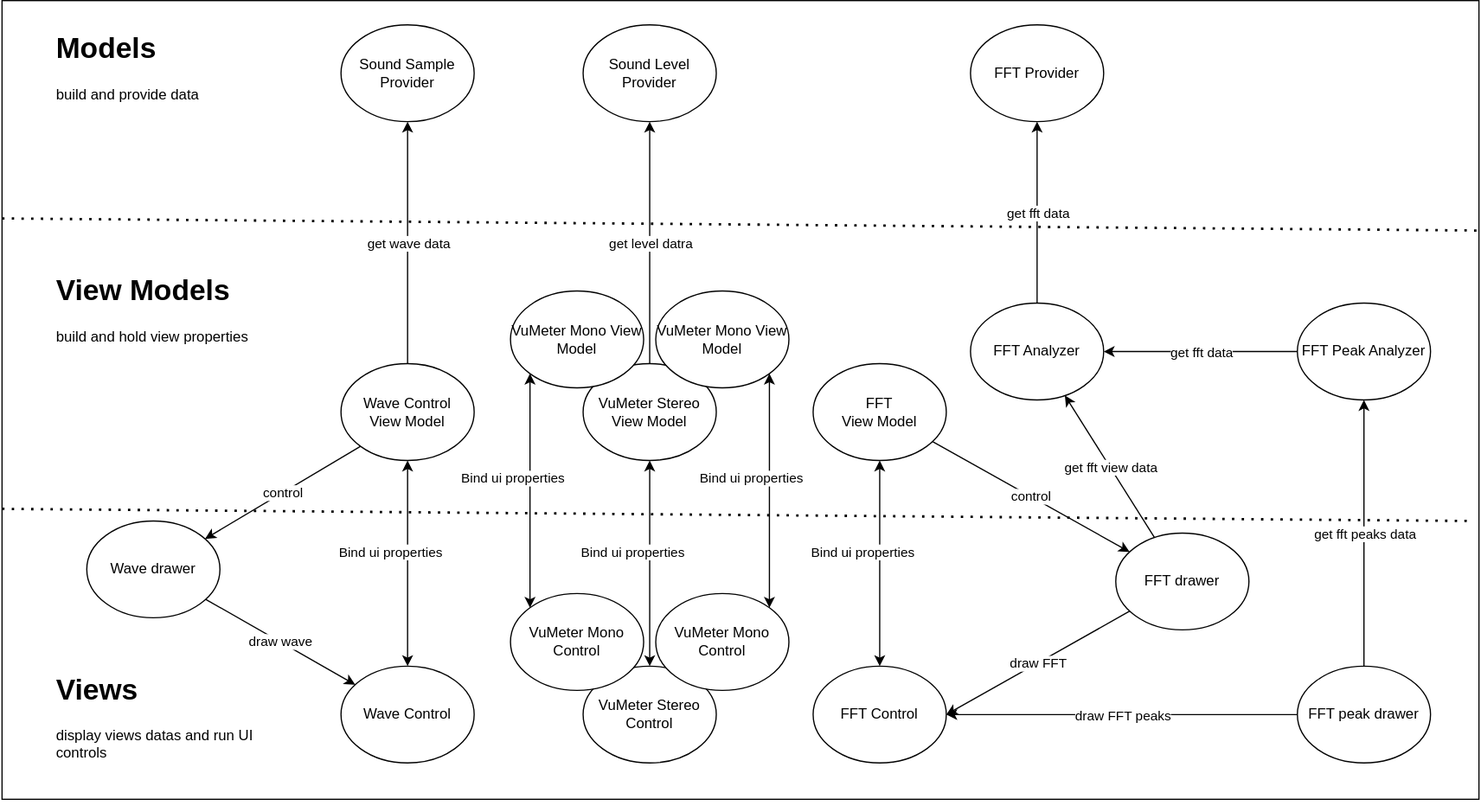
Above: Doc/Untitled Diagram.drawio.svg in franck-gaspoz/WindowsAudioSessionSample (draw.io), before the change. Source tidied: cells renumbered, new cells last; positions are measured from the earlier drawing's top-left corner, leaving out a move shared by most shapes.
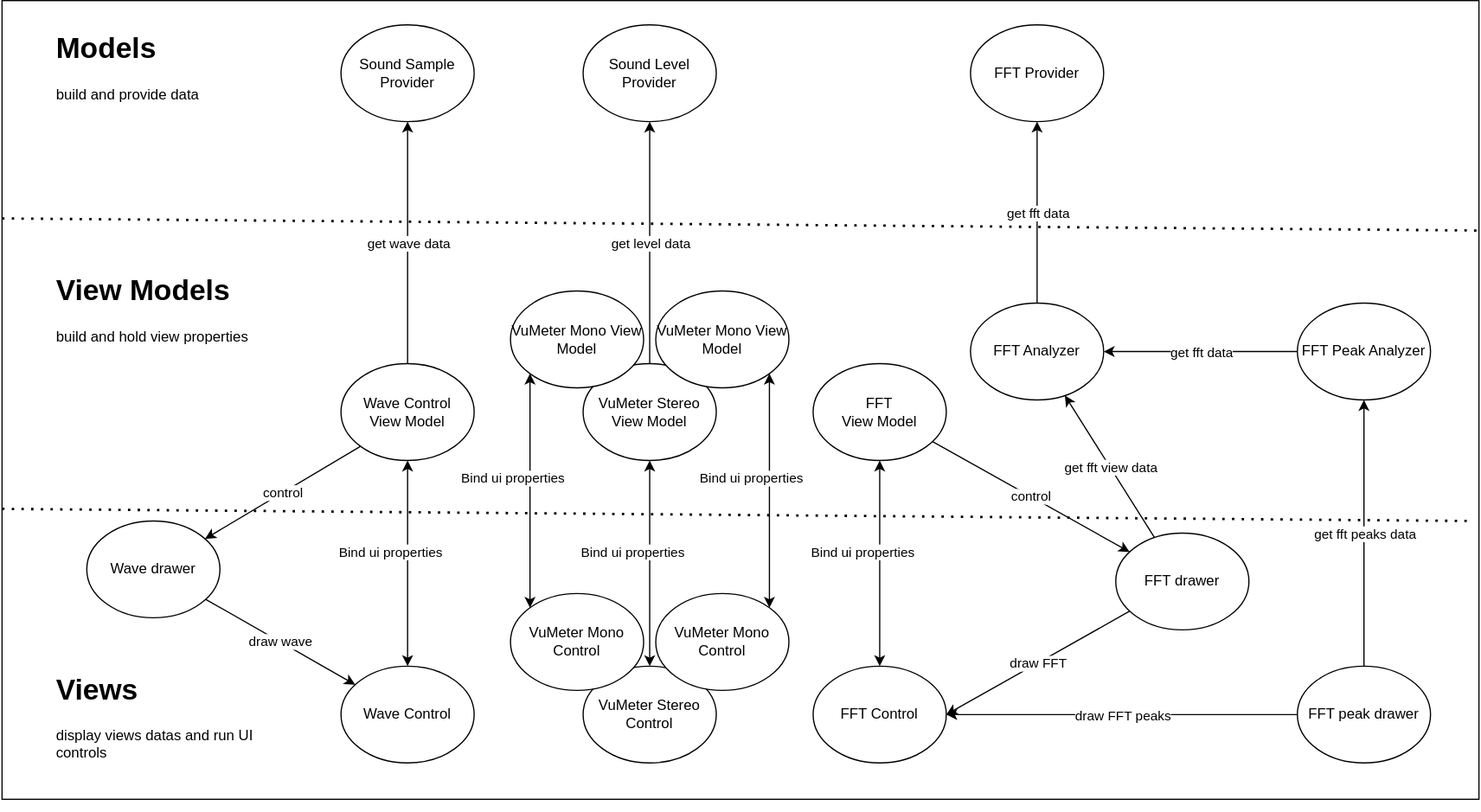
After the change.

Diff of the diagram source:
```diff
@@ -122,7 +122,7 @@
         <mxPoint x="535" y="100" as="targetPoint" />
       </mxGeometry>
     </mxCell>
-    <mxCell id="40" value="get level datra" style="edgeLabel;html=1;align=center;verticalAlign=middle;" parent="39" vertex="1">
+    <mxCell id="40" value="get level data" style="edgeLabel;html=1;align=center;verticalAlign=middle;" parent="39" vertex="1">
       <mxGeometry relative="1" as="geometry" />
     </mxCell>
     <mxCell id="41" value="VuMeter Stereo Control" style="ellipse;whiteSpace=wrap;html=1;" parent="1" vertex="1">
```
